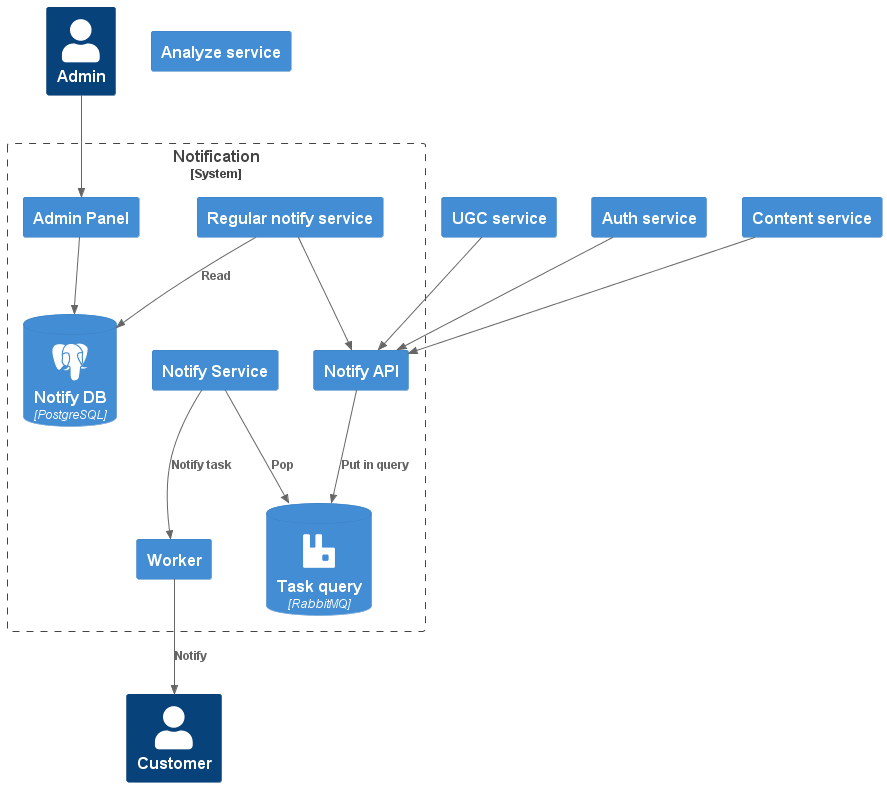
likeinlife-Yandex-Practicum/notification keeps this PlantUML diagram as diagrams/out/to_be/to_be.png. Above is the earlier version.
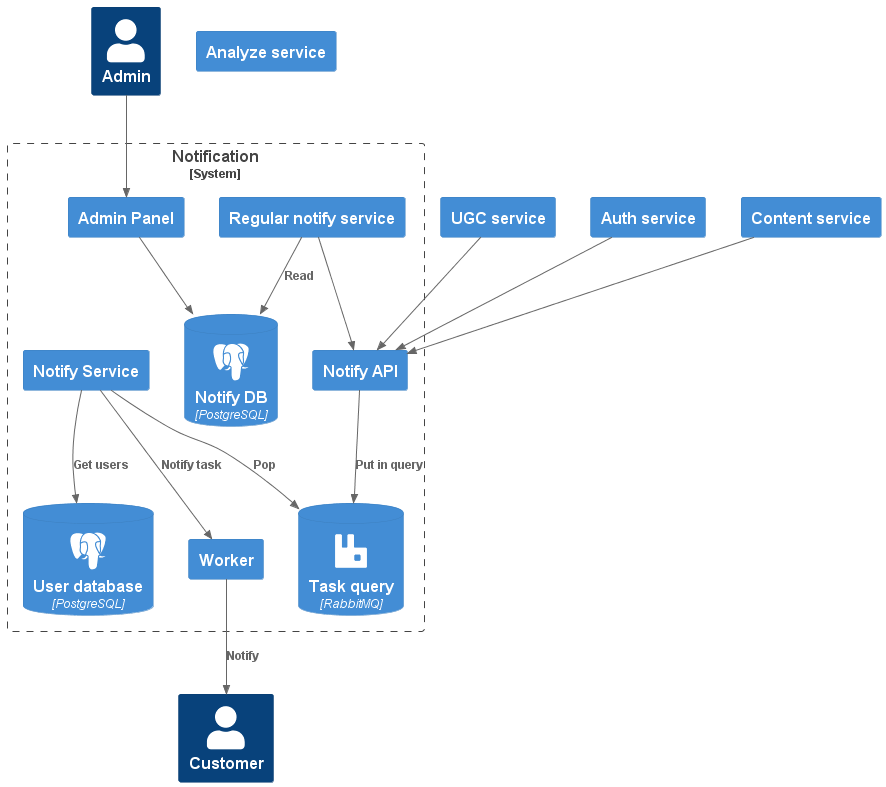
Later version of the same file.

Commit message:
upd: diagrams

Diff of the diagram source:
```diff
@@ -16,6 +16,7 @@
     Container(notify_service, "Notify Service")
     ContainerDb(db, "Notify DB", "PostgreSQL", $sprite="postgresql")
     ContainerDb(query, "Task query", "RabbitMQ", $sprite="rabbitmq")
+    ContainerDb(user_db, "User database", "PostgreSQL", $sprite="postgresql")
     Container(worker, "Worker")
 }
 
@@ -35,6 +36,7 @@
 
 Rel(notify_regular_service, db, "Read")
 Rel(notify_regular_service, notify_api, "")
+Rel(notify_service, user_db, "Get users")
 Rel(notify_service, worker, "Notify task")
 Rel(notify_service, query, "Pop")
 
```
